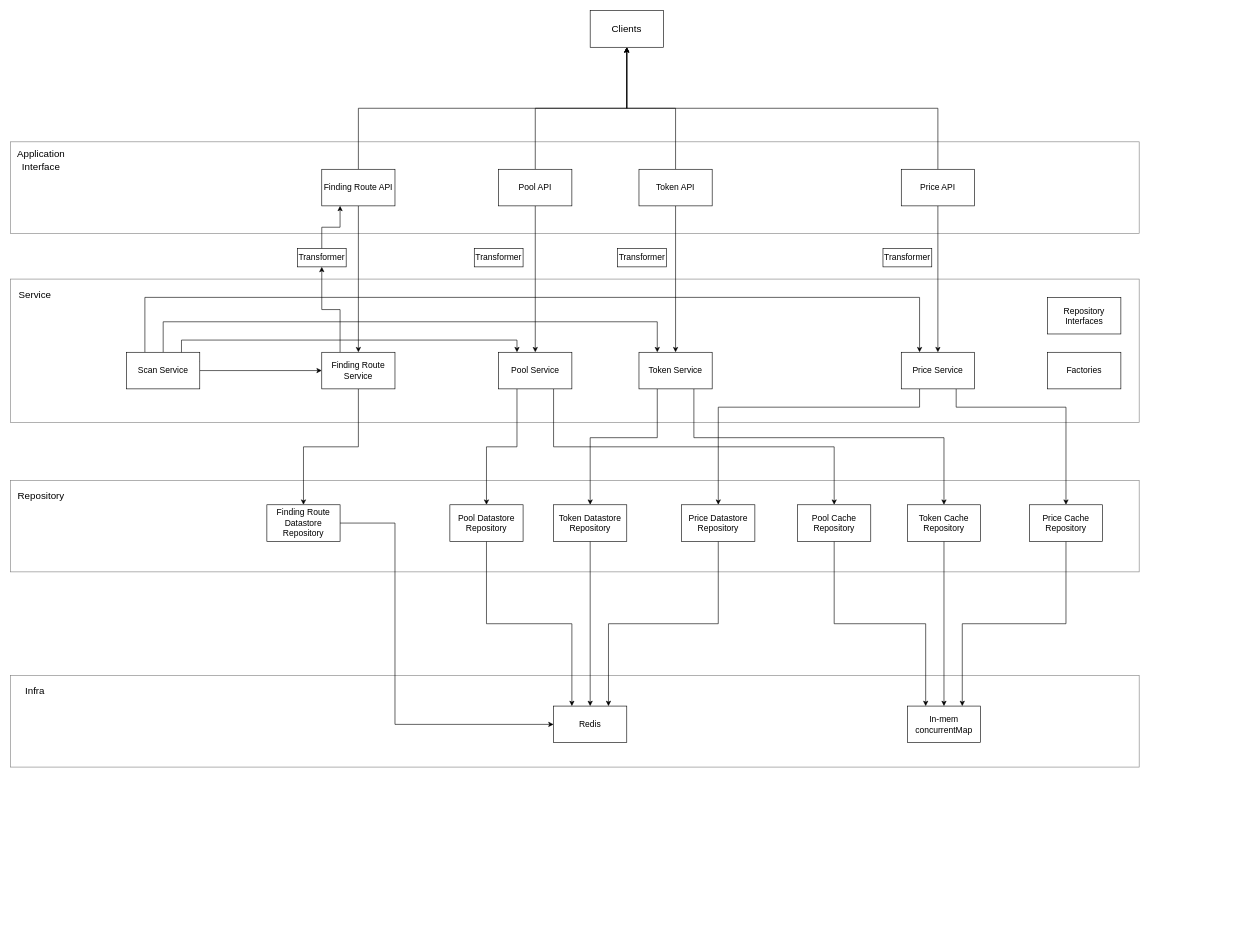
Earlier version of the draw.io diagram aggregator/Aggregator Backend Clean Architecture Monolith Diagram.drawio (piavgh/draw.io-data). Source tidied: cells renumbered, new cells numbered last; positions are measured from the earlier drawing's top-left corner, leaving out a move shared by most shapes. Both pictures are drawn from the tidied source at 61%, with x=0, y=0 at pixel (10, 10).
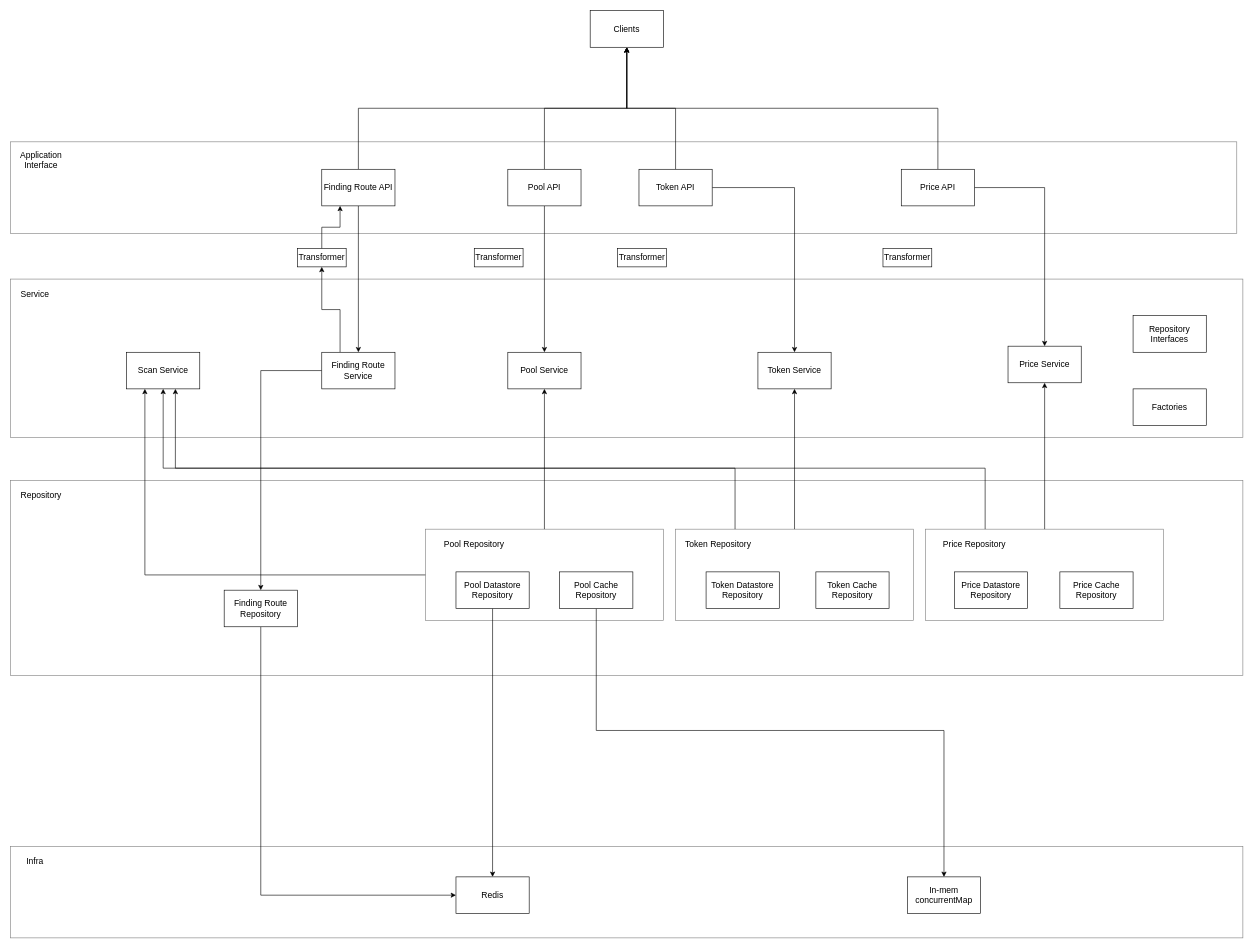
Above is the later version.

The change refers to these unchanged cells:
```xml
<mxCell id="34" value="Token API" style="rounded=0;whiteSpace=wrap;html=1;fontSize=14;" parent="1" vertex="1">
  <mxGeometry x="1030" y="260" width="120" height="60" as="geometry" />
</mxCell>
<mxCell id="37" value="Price API" style="rounded=0;whiteSpace=wrap;html=1;fontSize=14;" parent="1" vertex="1">
  <mxGeometry x="1460" y="260" width="120" height="60" as="geometry" />
</mxCell>
<mxCell id="42" value="Scan Service" style="rounded=0;whiteSpace=wrap;html=1;fontSize=14;" parent="1" vertex="1">
  <mxGeometry x="190" y="560" width="120" height="60" as="geometry" />
</mxCell>
<mxCell id="45" value="Finding Route API" style="rounded=0;whiteSpace=wrap;html=1;fontSize=14;" parent="1" vertex="1">
  <mxGeometry x="510" y="260" width="120" height="60" as="geometry" />
</mxCell>
<mxCell id="48" value="Finding Route Service" style="rounded=0;whiteSpace=wrap;html=1;fontSize=14;" parent="1" vertex="1">
  <mxGeometry x="510" y="560" width="120" height="60" as="geometry" />
</mxCell>
```

What changed in the source:
```diff
@@
+    <mxCell id="63" style="rounded=0;whiteSpace=wrap;html=1;fontSize=14;fillOpacity=30;strokeOpacity=50;" parent="1" vertex="1">
+      <mxGeometry y="440" width="2020" height="260" as="geometry" />
+    </mxCell>
+    <mxCell id="5" style="rounded=0;whiteSpace=wrap;html=1;fontSize=14;fillOpacity=30;strokeOpacity=50;" parent="1" vertex="1">
+      <mxGeometry y="770" width="2020" height="320" as="geometry" />
+    </mxCell>
+    <mxCell id="64" style="edgeStyle=orthogonalEdgeStyle;rounded=0;jettySize=auto;html=1;entryX=0.5;entryY=1;entryDx=0;entryDy=0;fontSize=14;" parent="1" edge="1" source="66" target="14">
+      <mxGeometry relative="1" as="geometry" />
+    </mxCell>
+    <mxCell id="65" style="edgeStyle=orthogonalEdgeStyle;rounded=0;jettySize=auto;html=1;exitX=0.25;exitY=0;exitDx=0;exitDy=0;entryX=0.667;entryY=1;entryDx=0;entryDy=0;entryPerimeter=0;fontSize=14;" parent="1" edge="1" source="66" target="42">
+      <mxGeometry relative="1" as="geometry">
+        <Array as="points">
+          <mxPoint x="1598" y="750" />
+          <mxPoint x="270" y="750" />
+        </Array>
+      </mxGeometry>
+    </mxCell>
+    <mxCell id="66" style="rounded=0;whiteSpace=wrap;html=1;fontSize=14;fillOpacity=50;strokeOpacity=50;" parent="1" vertex="1">
+      <mxGeometry x="1500" y="850" width="390" height="150" as="geometry" />
+    </mxCell>
+    <mxCell id="67" style="edgeStyle=orthogonalEdgeStyle;rounded=0;jettySize=auto;html=1;exitX=0.5;exitY=0;exitDx=0;exitDy=0;entryX=0.5;entryY=1;entryDx=0;entryDy=0;fontSize=14;" parent="1" edge="1" source="69" target="11">
+      <mxGeometry relative="1" as="geometry" />
+    </mxCell>
+    <mxCell id="68" style="edgeStyle=orthogonalEdgeStyle;rounded=0;jettySize=auto;html=1;exitX=0.25;exitY=0;exitDx=0;exitDy=0;entryX=0.5;entryY=1;entryDx=0;entryDy=0;fontSize=14;" parent="1" edge="1" source="69" target="42">
+      <mxGeometry relative="1" as="geometry">
+        <Array as="points">
+          <mxPoint x="1188" y="750" />
+          <mxPoint x="250" y="750" />
+        </Array>
+      </mxGeometry>
+    </mxCell>
+    <mxCell id="69" style="rounded=0;whiteSpace=wrap;html=1;fontSize=14;fillOpacity=50;strokeOpacity=50;" parent="1" vertex="1">
+      <mxGeometry x="1090" y="850" width="390" height="150" as="geometry" />
+    </mxCell>
+    <mxCell id="70" style="edgeStyle=orthogonalEdgeStyle;rounded=0;jettySize=auto;html=1;exitX=0.5;exitY=0;exitDx=0;exitDy=0;entryX=0.5;entryY=1;entryDx=0;entryDy=0;fontSize=14;" parent="1" edge="1" source="72" target="8">
+      <mxGeometry relative="1" as="geometry" />
+    </mxCell>
+    <mxCell id="71" style="edgeStyle=orthogonalEdgeStyle;rounded=0;jettySize=auto;html=1;exitX=0;exitY=0.5;exitDx=0;exitDy=0;entryX=0.25;entryY=1;entryDx=0;entryDy=0;fontSize=14;" parent="1" edge="1" source="72" target="42">
+      <mxGeometry relative="1" as="geometry" />
+    </mxCell>
+    <mxCell id="72" style="rounded=0;whiteSpace=wrap;html=1;fontSize=14;fillOpacity=50;strokeOpacity=50;" parent="1" vertex="1">
+      <mxGeometry x="680" y="850" width="390" height="150" as="geometry" />
+    </mxCell>
     <mxCell id="2" style="rounded=0;whiteSpace=wrap;html=1;fontSize=14;fillOpacity=30;strokeOpacity=50;" parent="1" vertex="1">
-      <mxGeometry y="215" width="1850" height="150" as="geometry" />
+      <mxGeometry y="215" width="2010" height="150" as="geometry" />
     </mxCell>
-    <mxCell id="3" style="rounded=0;whiteSpace=wrap;html=1;fontSize=14;fillOpacity=30;strokeOpacity=50;" parent="1" vertex="1">
-      <mxGeometry y="440" width="1850" height="235" as="geometry" />
-    </mxCell>
     <mxCell id="4" style="rounded=0;whiteSpace=wrap;html=1;fontSize=14;fillOpacity=30;strokeOpacity=50;" parent="1" vertex="1">
-      <mxGeometry y="1090" width="1850" height="150" as="geometry" />
+      <mxGeometry y="1370" width="2020" height="150" as="geometry" />
     </mxCell>
-    <mxCell id="5" style="rounded=0;whiteSpace=wrap;html=1;fontSize=14;fillOpacity=30;strokeOpacity=50;" parent="1" vertex="1">
-      <mxGeometry y="770" width="1850" height="150" as="geometry" />
-    </mxCell>
-    <mxCell id="6" style="edgeStyle=orthogonalEdgeStyle;rounded=0;jettySize=auto;html=1;exitX=0.25;exitY=1;exitDx=0;exitDy=0;entryX=0.5;entryY=0;entryDx=0;entryDy=0;fontSize=14;" parent="1" edge="1" source="8" target="16">
-      <mxGeometry relative="1" as="geometry" />
-    </mxCell>
-    <mxCell id="7" style="edgeStyle=orthogonalEdgeStyle;rounded=0;jettySize=auto;html=1;exitX=0.75;exitY=1;exitDx=0;exitDy=0;entryX=0.5;entryY=0;entryDx=0;entryDy=0;fontSize=14;" parent="1" edge="1" source="8" target="22">
-      <mxGeometry relative="1" as="geometry" />
-    </mxCell>
     <mxCell id="8" value="Pool Service" style="rounded=0;whiteSpace=wrap;html=1;fontSize=14;" parent="1" vertex="1">
-      <mxGeometry x="800" y="560" width="120" height="60" as="geometry" />
+      <mxGeometry x="815" y="560" width="120" height="60" as="geometry" />
     </mxCell>
-    <mxCell id="9" style="edgeStyle=orthogonalEdgeStyle;rounded=0;jettySize=auto;html=1;exitX=0.25;exitY=1;exitDx=0;exitDy=0;entryX=0.5;entryY=0;entryDx=0;entryDy=0;fontSize=14;" parent="1" edge="1" source="11" target="18">
-      <mxGeometry relative="1" as="geometry">
-        <Array as="points">
-          <mxPoint x="1060" y="700" />
-          <mxPoint x="950" y="700" />
-        </Array>
-      </mxGeometry>
-    </mxCell>
-    <mxCell id="10" style="edgeStyle=orthogonalEdgeStyle;rounded=0;jettySize=auto;html=1;exitX=0.75;exitY=1;exitDx=0;exitDy=0;entryX=0.5;entryY=0;entryDx=0;entryDy=0;fontSize=14;" parent="1" edge="1" source="11" target="24">
-      <mxGeometry relative="1" as="geometry">
-        <Array as="points">
-          <mxPoint x="1120" y="700" />
-          <mxPoint x="1530" y="700" />
-        </Array>
-      </mxGeometry>
-    </mxCell>
     <mxCell id="11" value="Token Service" style="rounded=0;whiteSpace=wrap;html=1;fontSize=14;" parent="1" vertex="1">
-      <mxGeometry x="1030" y="560" width="120" height="60" as="geometry" />
+      <mxGeometry x="1225" y="560" width="120" height="60" as="geometry" />
     </mxCell>
-    <mxCell id="12" style="edgeStyle=orthogonalEdgeStyle;rounded=0;jettySize=auto;html=1;exitX=0.25;exitY=1;exitDx=0;exitDy=0;entryX=0.5;entryY=0;entryDx=0;entryDy=0;fontSize=14;" parent="1" edge="1" source="14" target="20">
-      <mxGeometry relative="1" as="geometry">
-        <Array as="points">
-          <mxPoint x="1490" y="650" />
-          <mxPoint x="1160" y="650" />
-        </Array>
-      </mxGeometry>
-    </mxCell>
-    <mxCell id="13" style="edgeStyle=orthogonalEdgeStyle;rounded=0;jettySize=auto;html=1;exitX=0.75;exitY=1;exitDx=0;exitDy=0;entryX=0.5;entryY=0;entryDx=0;entryDy=0;fontSize=14;" parent="1" edge="1" source="14" target="26">
-      <mxGeometry relative="1" as="geometry">
-        <Array as="points">
-          <mxPoint x="1550" y="650" />
-          <mxPoint x="1730" y="650" />
-        </Array>
-      </mxGeometry>
-    </mxCell>
     <mxCell id="14" value="Price Service" style="rounded=0;whiteSpace=wrap;html=1;fontSize=14;" parent="1" vertex="1">
-      <mxGeometry x="1460" y="560" width="120" height="60" as="geometry" />
+      <mxGeometry x="1635" y="550" width="120" height="60" as="geometry" />
     </mxCell>
-    <mxCell id="15" style="edgeStyle=orthogonalEdgeStyle;rounded=0;jettySize=auto;html=1;exitX=0.5;exitY=1;exitDx=0;exitDy=0;entryX=0.25;entryY=0;entryDx=0;entryDy=0;fontSize=14;" parent="1" edge="1" source="16" target="27">
+    <mxCell id="15" style="edgeStyle=orthogonalEdgeStyle;rounded=0;jettySize=auto;html=1;exitX=0.5;exitY=1;exitDx=0;exitDy=0;entryX=0.5;entryY=0;entryDx=0;entryDy=0;fontSize=14;" parent="1" edge="1" source="16" target="27">
       <mxGeometry relative="1" as="geometry" />
     </mxCell>
     <mxCell id="16" value="Pool Datastore Repository" style="rounded=0;whiteSpace=wrap;html=1;fontSize=14;" parent="1" vertex="1">
-      <mxGeometry x="720" y="810" width="120" height="60" as="geometry" />
+      <mxGeometry x="730" y="920" width="120" height="60" as="geometry" />
     </mxCell>
-    <mxCell id="17" style="edgeStyle=orthogonalEdgeStyle;rounded=0;jettySize=auto;html=1;entryX=0.5;entryY=0;entryDx=0;entryDy=0;fontSize=14;" parent="1" edge="1" source="18" target="27">
-      <mxGeometry relative="1" as="geometry" />
-    </mxCell>
     <mxCell id="18" value="Token Datastore Repository" style="rounded=0;whiteSpace=wrap;html=1;fontSize=14;" parent="1" vertex="1">
-      <mxGeometry x="890" y="810" width="120" height="60" as="geometry" />
+      <mxGeometry x="1140" y="920" width="120" height="60" as="geometry" />
     </mxCell>
-    <mxCell id="19" style="edgeStyle=orthogonalEdgeStyle;rounded=0;jettySize=auto;html=1;entryX=0.75;entryY=0;entryDx=0;entryDy=0;fontSize=14;exitX=0.5;exitY=1;exitDx=0;exitDy=0;" parent="1" edge="1" source="20" target="27">
-      <mxGeometry relative="1" as="geometry" />
-    </mxCell>
     <mxCell id="20" value="Price Datastore Repository" style="rounded=0;whiteSpace=wrap;html=1;fontSize=14;" parent="1" vertex="1">
-      <mxGeometry x="1100" y="810" width="120" height="60" as="geometry" />
+      <mxGeometry x="1547" y="920" width="120" height="60" as="geometry" />
     </mxCell>
-    <mxCell id="21" style="edgeStyle=orthogonalEdgeStyle;rounded=0;jettySize=auto;html=1;exitX=0.5;exitY=1;exitDx=0;exitDy=0;entryX=0.25;entryY=0;entryDx=0;entryDy=0;fontSize=14;" parent="1" edge="1" source="22" target="28">
-      <mxGeometry relative="1" as="geometry" />
-    </mxCell>
-    <mxCell id="22" value="Pool Cache Repository" style="rounded=0;whiteSpace=wrap;html=1;fontSize=14;" parent="1" vertex="1">
-      <mxGeometry x="1290" y="810" width="120" height="60" as="geometry" />
-    </mxCell>
-    <mxCell id="23" style="edgeStyle=orthogonalEdgeStyle;rounded=0;jettySize=auto;html=1;exitX=0.5;exitY=1;exitDx=0;exitDy=0;entryX=0.5;entryY=0;entryDx=0;entryDy=0;fontSize=14;" parent="1" edge="1" source="24" target="28">
-      <mxGeometry relative="1" as="geometry" />
-    </mxCell>
     <mxCell id="24" value="Token Cache Repository" style="rounded=0;whiteSpace=wrap;html=1;fontSize=14;" parent="1" vertex="1">
-      <mxGeometry x="1470" y="810" width="120" height="60" as="geometry" />
+      <mxGeometry x="1320" y="920" width="120" height="60" as="geometry" />
     </mxCell>
-    <mxCell id="25" style="edgeStyle=orthogonalEdgeStyle;rounded=0;jettySize=auto;html=1;exitX=0.5;exitY=1;exitDx=0;exitDy=0;entryX=0.75;entryY=0;entryDx=0;entryDy=0;fontSize=14;" parent="1" edge="1" source="26" target="28">
-      <mxGeometry relative="1" as="geometry" />
-    </mxCell>
     <mxCell id="26" value="Price Cache Repository" style="rounded=0;whiteSpace=wrap;html=1;fontSize=14;" parent="1" vertex="1">
-      <mxGeometry x="1670" y="810" width="120" height="60" as="geometry" />
+      <mxGeometry x="1720" y="920" width="120" height="60" as="geometry" />
     </mxCell>
     <mxCell id="27" value="Redis" style="rounded=0;whiteSpace=wrap;html=1;fontSize=14;" parent="1" vertex="1">
-      <mxGeometry x="890" y="1140" width="120" height="60" as="geometry" />
+      <mxGeometry x="730" y="1420" width="120" height="60" as="geometry" />
     </mxCell>
     <mxCell id="28" value="In-mem concurrentMap" style="rounded=0;whiteSpace=wrap;html=1;fontSize=14;" parent="1" vertex="1">
-      <mxGeometry x="1470" y="1140" width="120" height="60" as="geometry" />
+      <mxGeometry x="1470" y="1420" width="120" height="60" as="geometry" />
     </mxCell>
@@
-    <mxCell id="30" style="edgeStyle=orthogonalEdgeStyle;rounded=0;jettySize=auto;html=1;exitX=0.5;exitY=0;exitDx=0;exitDy=0;entryX=0.5;entryY=1;entryDx=0;entryDy=0;fontSize=16;" parent="1" edge="1" source="31" target="62">
+    <mxCell id="30" style="edgeStyle=orthogonalEdgeStyle;rounded=0;jettySize=auto;html=1;exitX=0.5;exitY=0;exitDx=0;exitDy=0;entryX=0.5;entryY=1;entryDx=0;entryDy=0;fontSize=14;" parent="1" edge="1" source="31" target="62">
       <mxGeometry relative="1" as="geometry" />
     </mxCell>
     <mxCell id="31" value="Pool API" style="rounded=0;whiteSpace=wrap;html=1;fontSize=14;" parent="1" vertex="1">
-      <mxGeometry x="800" y="260" width="120" height="60" as="geometry" />
+      <mxGeometry x="815" y="260" width="120" height="60" as="geometry" />
     </mxCell>
@@
-    <mxCell id="33" style="edgeStyle=orthogonalEdgeStyle;rounded=0;jettySize=auto;html=1;exitX=0.5;exitY=0;exitDx=0;exitDy=0;entryX=0.5;entryY=1;entryDx=0;entryDy=0;fontSize=16;" parent="1" edge="1" source="34" target="62">
+    <mxCell id="33" style="edgeStyle=orthogonalEdgeStyle;rounded=0;jettySize=auto;html=1;exitX=0.5;exitY=0;exitDx=0;exitDy=0;entryX=0.5;entryY=1;entryDx=0;entryDy=0;fontSize=14;" parent="1" edge="1" source="34" target="62">
       <mxGeometry relative="1" as="geometry" />
     </mxCell>
@@
-    <mxCell id="36" style="edgeStyle=orthogonalEdgeStyle;rounded=0;jettySize=auto;html=1;entryX=0.5;entryY=1;entryDx=0;entryDy=0;fontSize=16;" parent="1" edge="1" source="37" target="62">
+    <mxCell id="36" style="edgeStyle=orthogonalEdgeStyle;rounded=0;jettySize=auto;html=1;entryX=0.5;entryY=1;entryDx=0;entryDy=0;fontSize=14;" parent="1" edge="1" source="37" target="62">
       <mxGeometry relative="1" as="geometry">
         <Array as="points">
           <mxPoint x="1520" y="160" />
           <mxPoint x="1010" y="160" />
         </Array>
       </mxGeometry>
     </mxCell>
@@
-    <mxCell id="38" style="edgeStyle=orthogonalEdgeStyle;rounded=0;jettySize=auto;html=1;entryX=0;entryY=0.5;entryDx=0;entryDy=0;fontSize=14;" parent="1" edge="1" source="42" target="48">
-      <mxGeometry relative="1" as="geometry" />
-    </mxCell>
-    <mxCell id="39" style="edgeStyle=orthogonalEdgeStyle;rounded=0;jettySize=auto;html=1;exitX=0.5;exitY=0;exitDx=0;exitDy=0;entryX=0.25;entryY=0;entryDx=0;entryDy=0;fontSize=14;" parent="1" edge="1" source="42" target="11">
-      <mxGeometry relative="1" as="geometry">
-        <Array as="points">
-          <mxPoint x="250" y="510" />
-          <mxPoint x="1060" y="510" />
-        </Array>
-      </mxGeometry>
-    </mxCell>
-    <mxCell id="40" style="edgeStyle=orthogonalEdgeStyle;rounded=0;jettySize=auto;html=1;exitX=0.25;exitY=0;exitDx=0;exitDy=0;entryX=0.25;entryY=0;entryDx=0;entryDy=0;fontSize=14;" parent="1" edge="1" source="42" target="14">
-      <mxGeometry relative="1" as="geometry">
-        <Array as="points">
-          <mxPoint x="220" y="470" />
-          <mxPoint x="1490" y="470" />
-        </Array>
-      </mxGeometry>
-    </mxCell>
-    <mxCell id="41" style="edgeStyle=orthogonalEdgeStyle;rounded=0;jettySize=auto;html=1;exitX=1;exitY=0.25;exitDx=0;exitDy=0;entryX=0.25;entryY=0;entryDx=0;entryDy=0;fontSize=14;" parent="1" edge="1" source="42" target="8">
-      <mxGeometry relative="1" as="geometry">
-        <Array as="points">
-          <mxPoint x="280" y="575" />
-          <mxPoint x="280" y="540" />
-          <mxPoint x="830" y="540" />
-        </Array>
-      </mxGeometry>
-    </mxCell>
@@
-    <mxCell id="44" style="edgeStyle=orthogonalEdgeStyle;rounded=0;jettySize=auto;html=1;exitX=0.5;exitY=0;exitDx=0;exitDy=0;entryX=0.5;entryY=1;entryDx=0;entryDy=0;fontSize=16;" parent="1" edge="1" source="45" target="62">
+    <mxCell id="44" style="edgeStyle=orthogonalEdgeStyle;rounded=0;jettySize=auto;html=1;exitX=0.5;exitY=0;exitDx=0;exitDy=0;entryX=0.5;entryY=1;entryDx=0;entryDy=0;fontSize=14;" parent="1" edge="1" source="45" target="62">
       <mxGeometry relative="1" as="geometry" />
     </mxCell>
@@
-    <mxCell id="49" style="edgeStyle=orthogonalEdgeStyle;rounded=0;jettySize=auto;html=1;entryX=0;entryY=0.5;entryDx=0;entryDy=0;fontSize=14;" parent="1" edge="1" source="50" target="27">
-      <mxGeometry relative="1" as="geometry">
-        <Array as="points">
-          <mxPoint x="630" y="840" />
-          <mxPoint x="630" y="1170" />
-        </Array>
-      </mxGeometry>
+    <mxCell id="49" style="edgeStyle=orthogonalEdgeStyle;rounded=0;jettySize=auto;html=1;exitX=0.5;exitY=1;exitDx=0;exitDy=0;entryX=0;entryY=0.5;entryDx=0;entryDy=0;fontSize=14;" parent="1" edge="1" source="50" target="27">
+      <mxGeometry relative="1" as="geometry" />
     </mxCell>
-    <mxCell id="50" value="Finding Route Datastore Repository" style="rounded=0;whiteSpace=wrap;html=1;fontSize=14;" parent="1" vertex="1">
-      <mxGeometry x="420" y="810" width="120" height="60" as="geometry" />
+    <mxCell id="50" value="Finding Route Repository" style="rounded=0;whiteSpace=wrap;html=1;fontSize=14;" parent="1" vertex="1">
+      <mxGeometry x="350" y="950" width="120" height="60" as="geometry" />
     </mxCell>
@@
-    <mxCell id="56" value="Infra" style="text;html=1;strokeColor=none;fillColor=none;align=center;verticalAlign=middle;whiteSpace=wrap;rounded=0;fontSize=16;" parent="1" vertex="1">
-      <mxGeometry x="10" y="1100" width="60" height="30" as="geometry" />
+    <mxCell id="56" value="Infra" style="text;html=1;strokeColor=none;fillColor=none;align=center;verticalAlign=middle;whiteSpace=wrap;rounded=0;fontSize=14;" parent="1" vertex="1">
+      <mxGeometry x="10" y="1380" width="60" height="30" as="geometry" />
     </mxCell>
-    <mxCell id="57" value="Repository" style="text;html=1;strokeColor=none;fillColor=none;align=center;verticalAlign=middle;whiteSpace=wrap;rounded=0;fontSize=16;" parent="1" vertex="1">
+    <mxCell id="57" value="Repository" style="text;html=1;strokeColor=none;fillColor=none;align=center;verticalAlign=middle;whiteSpace=wrap;rounded=0;fontSize=14;" parent="1" vertex="1">
       <mxGeometry x="20" y="780" width="60" height="30" as="geometry" />
     </mxCell>
-    <mxCell id="58" value="Service" style="text;html=1;strokeColor=none;fillColor=none;align=center;verticalAlign=middle;whiteSpace=wrap;rounded=0;fontSize=16;" parent="1" vertex="1">
+    <mxCell id="58" value="Service" style="text;html=1;strokeColor=none;fillColor=none;align=center;verticalAlign=middle;whiteSpace=wrap;rounded=0;fontSize=14;" parent="1" vertex="1">
       <mxGeometry x="10" y="450" width="60" height="30" as="geometry" />
     </mxCell>
-    <mxCell id="59" value="Application Interface" style="text;html=1;strokeColor=none;fillColor=none;align=center;verticalAlign=middle;whiteSpace=wrap;rounded=0;fontSize=16;" parent="1" vertex="1">
+    <mxCell id="59" value="Application Interface" style="text;html=1;strokeColor=none;fillColor=none;align=center;verticalAlign=middle;whiteSpace=wrap;rounded=0;fontSize=14;" parent="1" vertex="1">
       <mxGeometry x="20" y="230" width="60" height="30" as="geometry" />
     </mxCell>
     <mxCell id="60" value="Repository Interfaces" style="rounded=0;whiteSpace=wrap;html=1;fontSize=14;" parent="1" vertex="1">
-      <mxGeometry x="1700" y="470" width="120" height="60" as="geometry" />
+      <mxGeometry x="1840" y="500" width="120" height="60" as="geometry" />
     </mxCell>
     <mxCell id="61" value="Factories" style="rounded=0;whiteSpace=wrap;html=1;fontSize=14;" parent="1" vertex="1">
-      <mxGeometry x="1700" y="560" width="120" height="60" as="geometry" />
+      <mxGeometry x="1840" y="620" width="120" height="60" as="geometry" />
     </mxCell>
-    <mxCell id="62" value="Clients" style="rounded=0;whiteSpace=wrap;html=1;fontSize=16;" parent="1" vertex="1">
+    <mxCell id="62" value="Clients" style="rounded=0;whiteSpace=wrap;html=1;fontSize=14;" parent="1" vertex="1">
       <mxGeometry x="950" width="120" height="60" as="geometry" />
     </mxCell>
+    <mxCell id="21" style="edgeStyle=orthogonalEdgeStyle;rounded=0;jettySize=auto;html=1;exitX=0.5;exitY=1;exitDx=0;exitDy=0;fontSize=14;" parent="1" edge="1" source="22" target="28">
+      <mxGeometry relative="1" as="geometry">
+        <Array as="points">
+          <mxPoint x="960" y="1180" />
+          <mxPoint x="1530" y="1180" />
+        </Array>
+      </mxGeometry>
+    </mxCell>
+    <mxCell id="22" value="Pool Cache Repository" style="rounded=0;whiteSpace=wrap;html=1;fontSize=14;" parent="1" vertex="1">
+      <mxGeometry x="900" y="920" width="120" height="60" as="geometry" />
+    </mxCell>
+    <mxCell id="73" value="Pool Repository" style="text;html=1;strokeColor=none;fillColor=none;align=center;verticalAlign=middle;whiteSpace=wrap;rounded=0;fontSize=14;" parent="1" vertex="1">
+      <mxGeometry x="690" y="860" width="140" height="30" as="geometry" />
+    </mxCell>
+    <mxCell id="74" value="Token Repository" style="text;html=1;strokeColor=none;fillColor=none;align=center;verticalAlign=middle;whiteSpace=wrap;rounded=0;fontSize=14;" parent="1" vertex="1">
+      <mxGeometry x="1090" y="860" width="140" height="30" as="geometry" />
+    </mxCell>
+    <mxCell id="75" value="Price Repository" style="text;html=1;strokeColor=none;fillColor=none;align=center;verticalAlign=middle;whiteSpace=wrap;rounded=0;fontSize=14;" parent="1" vertex="1">
+      <mxGeometry x="1510" y="860" width="140" height="30" as="geometry" />
+    </mxCell>
```
